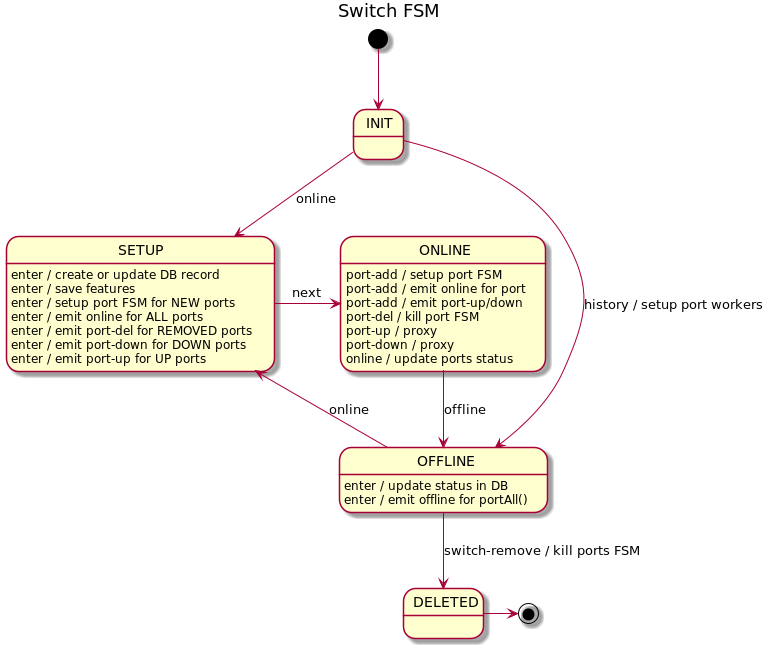
Earlier version of the PlantUML export docs/design/network-discovery/switch-FSM.png (telstra/open-kilda).
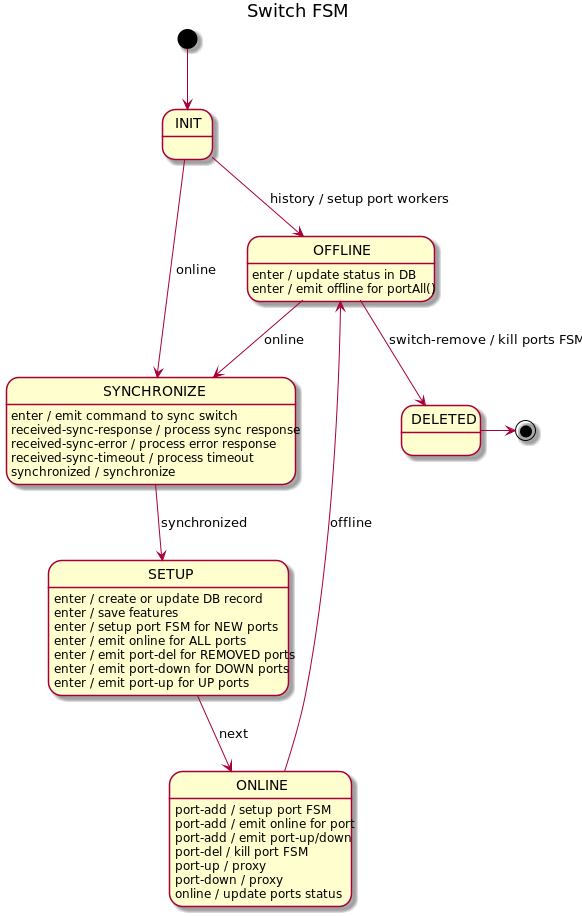
After the change.

Change to the diagram source:
```diff
@@ -4,7 +4,14 @@
 [*] --> INIT
 
 INIT --> OFFLINE : history / setup port workers
-INIT --> SETUP : online
+INIT --> SYNCHRONIZE : online
+
+SYNCHRONIZE --> SETUP : synchronized
+SYNCHRONIZE : enter / emit command to sync switch
+SYNCHRONIZE : received-sync-response / process sync response
+SYNCHRONIZE : received-sync-error / process error response
+SYNCHRONIZE : received-sync-timeout / process timeout
+SYNCHRONIZE : synchronized / synchronize
 
 SETUP : enter / create or update DB record
 SETUP : enter / save features
@@ -13,7 +20,7 @@
 SETUP : enter / emit port-del for REMOVED ports
 SETUP : enter / emit port-down for DOWN ports
 SETUP : enter / emit port-up for UP ports
-SETUP -r-> ONLINE : next
+SETUP --> ONLINE : next
 
 ONLINE : port-add / setup port FSM
 ONLINE : port-add / emit online for port
@@ -26,7 +33,7 @@
 
 OFFLINE : enter / update status in DB
 OFFLINE : enter / emit offline for portAll()
-OFFLINE --> SETUP : online
+OFFLINE --> SYNCHRONIZE : online
 OFFLINE --> DELETED: switch-remove / kill ports FSM
 DELETED -> [*]
 
```
